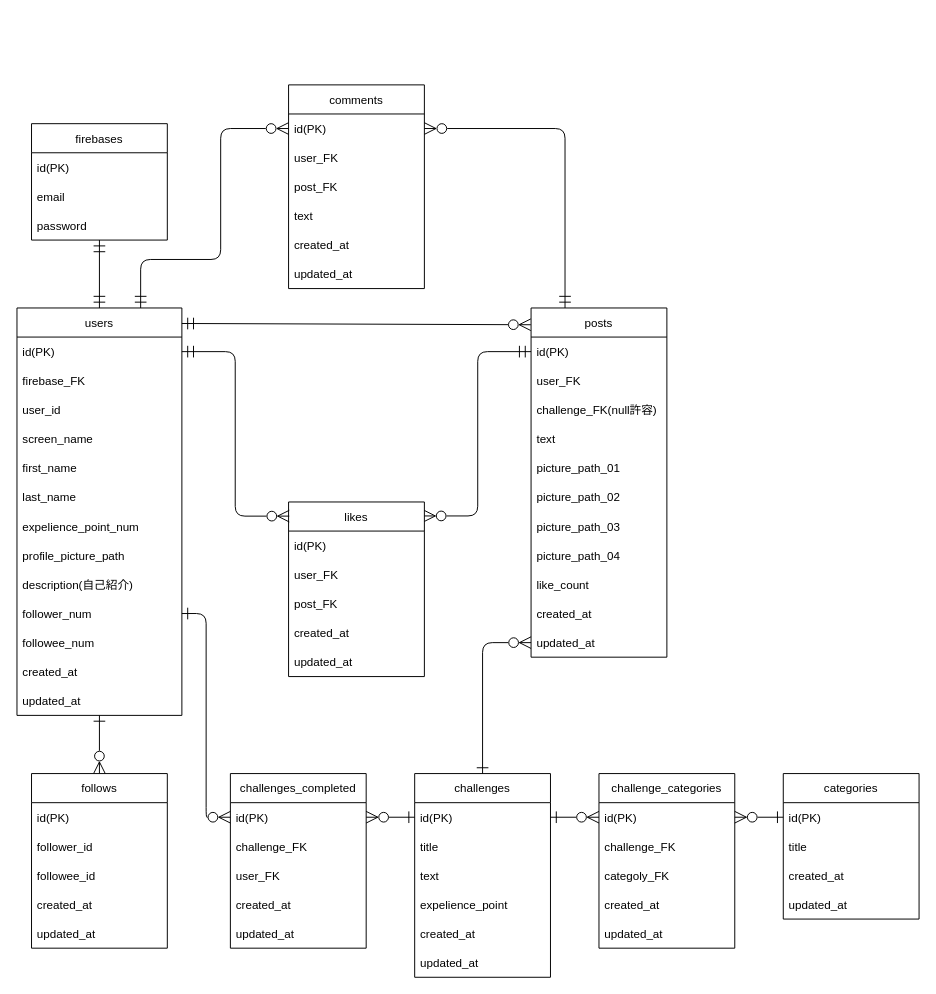
The draw.io diagram ER.drawio in koki-fore/meijoHackU2022-api, before the edit. Source tidied: cells renumbered, new cells numbered last; positions are measured from the earlier drawing's top-left corner, leaving out a move shared by most shapes. Both pictures are drawn from the tidied source at 97%, with x=0, y=0 at pixel (16, 84).
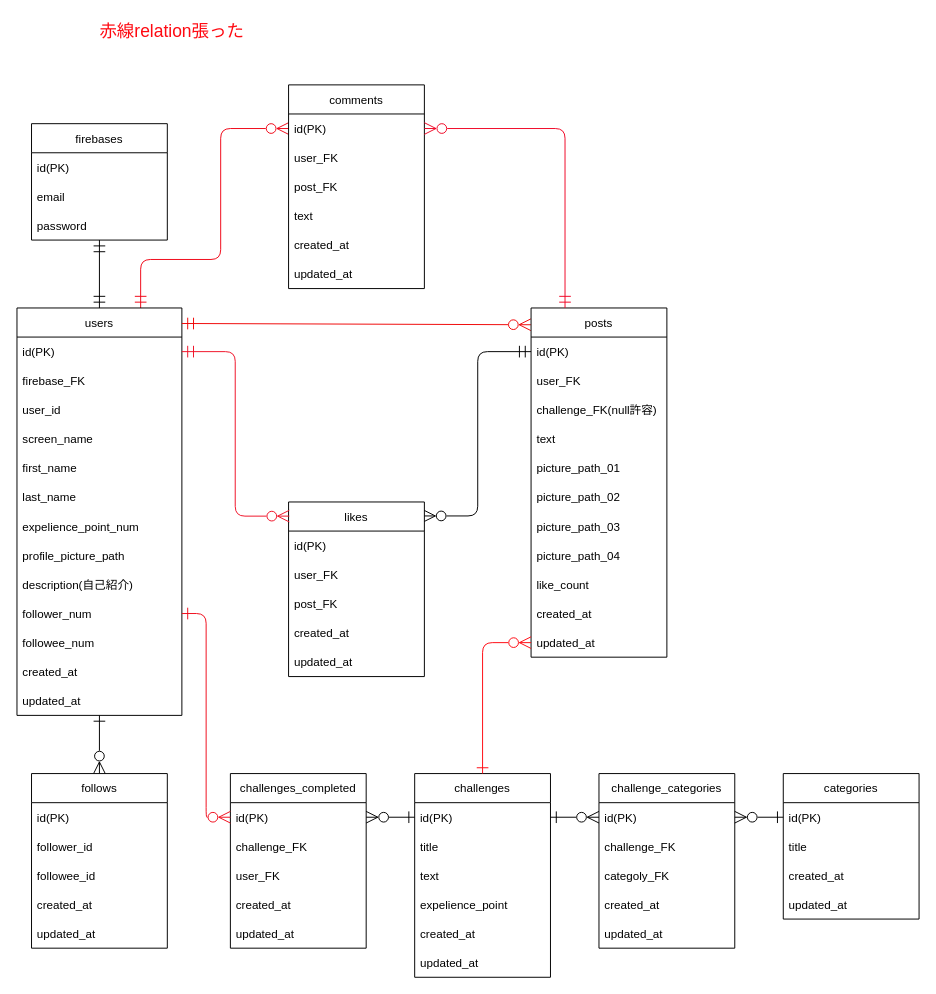
After the change.

Unchanged cells that the change refers to:
```xml
<mxCell id="5" value="users" style="swimlane;fontStyle=0;horizontal=1;startSize=30;" parent="1" vertex="1">
  <mxGeometry y="230" width="170" height="420" as="geometry" />
</mxCell>
<mxCell id="6" value="id(PK)" style="text;strokeColor=none;fillColor=none;align=left;verticalAlign=middle;spacingLeft=4;spacingRight=4;overflow=hidden;points=[[0,0.5],[1,0.5]];portConstraint=eastwest;" parent="5" vertex="1">
  <mxGeometry y="30" width="170" height="30" as="geometry" />
</mxCell>
<mxCell id="20" value="posts" style="swimlane;fontStyle=0;horizontal=1;startSize=30;" parent="1" vertex="1">
  <mxGeometry x="530" y="230" width="140" height="360" as="geometry" />
</mxCell>
<mxCell id="31" value="updated_at" style="text;strokeColor=none;fillColor=none;align=left;verticalAlign=middle;spacingLeft=4;spacingRight=4;overflow=hidden;points=[[0,0.5],[1,0.5]];portConstraint=eastwest;" parent="20" vertex="1">
  <mxGeometry y="330" width="140" height="30" as="geometry" />
</mxCell>
<mxCell id="36" value="challenges" style="swimlane;fontStyle=0;horizontal=1;startSize=30;" parent="1" vertex="1">
  <mxGeometry x="410" y="710" width="140" height="210" as="geometry" />
</mxCell>
<mxCell id="43" value="likes" style="swimlane;fontStyle=0;horizontal=1;startSize=30;" parent="1" vertex="1">
  <mxGeometry x="280" y="430" width="140" height="180" as="geometry" />
</mxCell>
<mxCell id="73" value="id(PK)" style="text;strokeColor=none;fillColor=none;align=left;verticalAlign=middle;spacingLeft=4;spacingRight=4;overflow=hidden;points=[[0,0.5],[1,0.5]];portConstraint=eastwest;" parent="72" vertex="1">
  <mxGeometry y="30" width="140" height="30" as="geometry" />
</mxCell>
<mxCell id="80" value="id(PK)" style="text;strokeColor=none;fillColor=none;align=left;verticalAlign=middle;spacingLeft=4;spacingRight=4;overflow=hidden;points=[[0,0.5],[1,0.5]];portConstraint=eastwest;" parent="79" vertex="1">
  <mxGeometry y="30" width="140" height="30" as="geometry" />
</mxCell>
```

Change to the diagram source:
```diff
@@
-    <mxCell id="4" style="edgeStyle=orthogonalEdgeStyle;jumpSize=6;html=1;exitX=0.75;exitY=0;exitDx=0;exitDy=0;entryX=0;entryY=0.5;entryDx=0;entryDy=0;startSize=10;endSize=10;strokeWidth=1;startArrow=ERmandOne;startFill=0;endArrow=ERzeroToMany;endFill=0;" parent="1" edge="1" source="5" target="80">
+    <mxCell id="4" style="edgeStyle=orthogonalEdgeStyle;jumpSize=6;html=1;exitX=0.75;exitY=0;exitDx=0;exitDy=0;entryX=0;entryY=0.5;entryDx=0;entryDy=0;startSize=10;endSize=10;strokeWidth=1;startArrow=ERmandOne;startFill=0;endArrow=ERzeroToMany;endFill=0;strokeColor=#F00717;" parent="1" edge="1" source="5" target="80">
       <mxGeometry relative="1" as="geometry">
         <Array as="points">
           <mxPoint x="127" y="180" />
           <mxPoint x="210" y="180" />
           <mxPoint x="210" y="45" />
         </Array>
       </mxGeometry>
     </mxCell>
@@
-    <mxCell id="19" style="jumpSize=6;html=1;exitX=-0.002;exitY=0.048;exitDx=0;exitDy=0;startArrow=ERzeroToMany;startFill=0;endArrow=ERmandOne;endFill=0;startSize=10;endSize=10;strokeWidth=1;exitPerimeter=0;" parent="1" edge="1" source="20">
+    <mxCell id="19" style="jumpSize=6;html=1;exitX=-0.002;exitY=0.048;exitDx=0;exitDy=0;startArrow=ERzeroToMany;startFill=0;endArrow=ERmandOne;endFill=0;startSize=10;endSize=10;strokeWidth=1;exitPerimeter=0;fillColor=none;strokeColor=#F00707;" parent="1" edge="1" source="20">
       <mxGeometry relative="1" as="geometry">
         <mxPoint x="170" y="246" as="targetPoint" />
       </mxGeometry>
     </mxCell>
@@
-    <mxCell id="49" style="edgeStyle=orthogonalEdgeStyle;html=1;endArrow=ERzeroToMany;endFill=0;entryX=0.005;entryY=0.081;entryDx=0;entryDy=0;entryPerimeter=0;startArrow=ERmandOne;startFill=0;strokeWidth=1;endSize=10;startSize=10;jumpSize=6;exitX=1;exitY=0.5;exitDx=0;exitDy=0;" parent="1" edge="1" source="6" target="43">
+    <mxCell id="49" style="edgeStyle=orthogonalEdgeStyle;html=1;endArrow=ERzeroToMany;endFill=0;entryX=0.005;entryY=0.081;entryDx=0;entryDy=0;entryPerimeter=0;startArrow=ERmandOne;startFill=0;strokeWidth=1;endSize=10;startSize=10;jumpSize=6;exitX=1;exitY=0.5;exitDx=0;exitDy=0;strokeColor=#F01127;" parent="1" edge="1" source="6" target="43">
       <mxGeometry relative="1" as="geometry">
         <Array as="points">
           <mxPoint x="225" y="275" />
           <mxPoint x="225" y="445" />
         </Array>
       </mxGeometry>
     </mxCell>
@@
-    <mxCell id="70" style="edgeStyle=orthogonalEdgeStyle;html=1;entryX=0.5;entryY=0;entryDx=0;entryDy=0;startArrow=ERzeroToMany;startFill=0;endArrow=ERone;endFill=0;strokeColor=default;endSize=10;startSize=10;exitX=0;exitY=0.5;exitDx=0;exitDy=0;" parent="1" edge="1" source="31" target="36">
+    <mxCell id="70" style="edgeStyle=orthogonalEdgeStyle;html=1;entryX=0.5;entryY=0;entryDx=0;entryDy=0;startArrow=ERzeroToMany;startFill=0;endArrow=ERone;endFill=0;strokeColor=#FF0A12;endSize=10;startSize=10;exitX=0;exitY=0.5;exitDx=0;exitDy=0;" parent="1" edge="1" source="31" target="36">
       <mxGeometry relative="1" as="geometry">
         <Array as="points">
           <mxPoint x="480" y="575" />
         </Array>
       </mxGeometry>
     </mxCell>
@@
-    <mxCell id="78" style="edgeStyle=orthogonalEdgeStyle;html=1;exitX=0;exitY=0.5;exitDx=0;exitDy=0;entryX=1;entryY=0.75;entryDx=0;entryDy=0;startArrow=ERzeroToMany;startFill=0;endArrow=ERone;endFill=0;strokeColor=default;endSize=10;startSize=10;" parent="1" edge="1" source="73" target="5">
+    <mxCell id="78" style="edgeStyle=orthogonalEdgeStyle;html=1;exitX=0;exitY=0.5;exitDx=0;exitDy=0;entryX=1;entryY=0.75;entryDx=0;entryDy=0;startArrow=ERzeroToMany;startFill=0;endArrow=ERone;endFill=0;strokeColor=#F00C1B;endSize=10;startSize=10;" parent="1" edge="1" source="73" target="5">
       <mxGeometry relative="1" as="geometry">
         <Array as="points">
           <mxPoint x="195" y="755" />
           <mxPoint x="195" y="545" />
         </Array>
       </mxGeometry>
     </mxCell>
@@
-    <mxCell id="86" style="edgeStyle=orthogonalEdgeStyle;jumpSize=6;html=1;exitX=1;exitY=0.5;exitDx=0;exitDy=0;entryX=0.25;entryY=0;entryDx=0;entryDy=0;startArrow=ERzeroToMany;startFill=0;endArrow=ERmandOne;endFill=0;startSize=10;endSize=10;strokeWidth=1;" parent="1" edge="1" source="80" target="20">
+    <mxCell id="86" style="edgeStyle=orthogonalEdgeStyle;jumpSize=6;html=1;exitX=1;exitY=0.5;exitDx=0;exitDy=0;entryX=0.25;entryY=0;entryDx=0;entryDy=0;startArrow=ERzeroToMany;startFill=0;endArrow=ERmandOne;endFill=0;startSize=10;endSize=10;strokeWidth=1;strokeColor=#F00726;" parent="1" edge="1" source="80" target="20">
       <mxGeometry relative="1" as="geometry" />
     </mxCell>
+    <mxCell id="87" value="&lt;font style=&quot;font-size: 18px&quot; color=&quot;#ff0a12&quot;&gt;赤線relation張った&lt;/font&gt;" style="text;html=1;strokeColor=none;fillColor=none;align=center;verticalAlign=middle;whiteSpace=wrap;rounded=0;" parent="1" vertex="1">
+      <mxGeometry x="70" y="-70" width="180" height="30" as="geometry" />
+    </mxCell>
```
